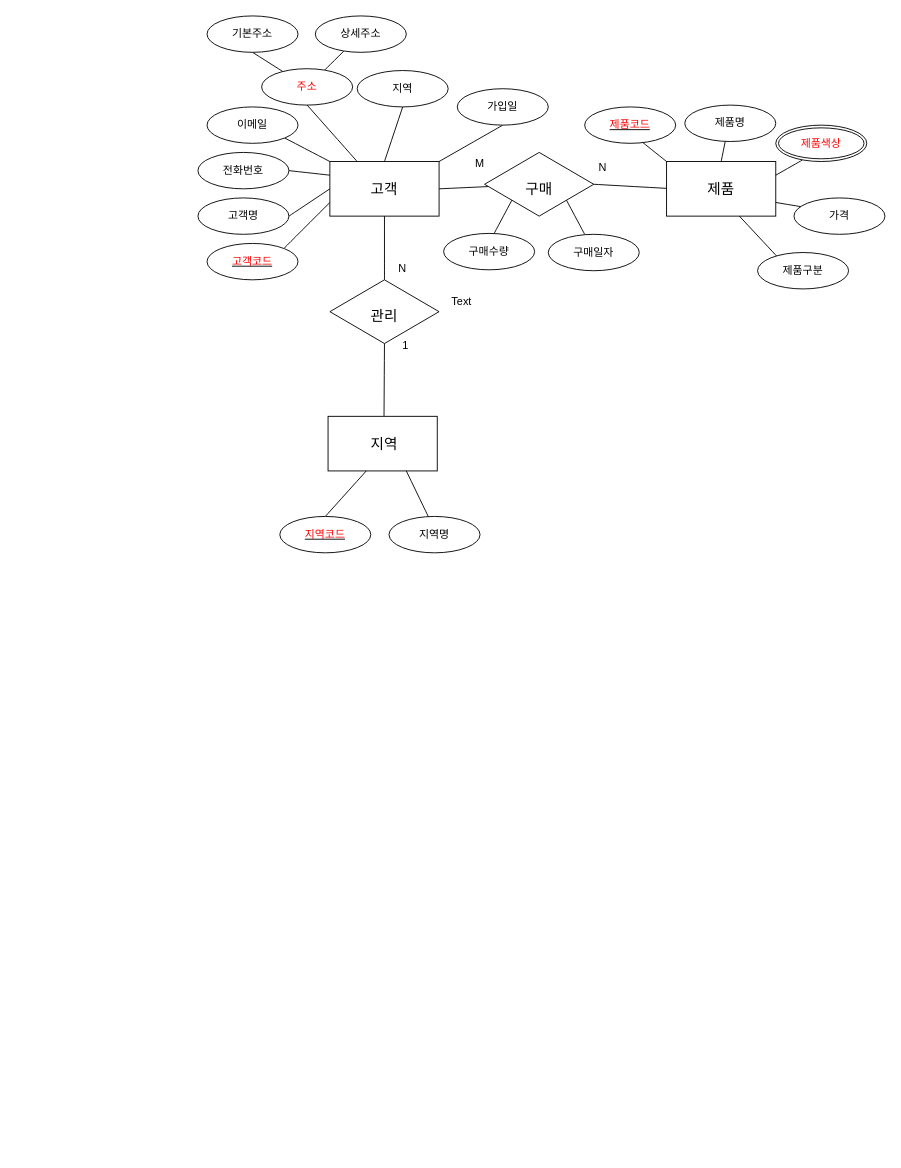
This is product.drawio from eee88/SMHRD, a draw.io file, before an edit. Source tidied: cells renumbered, new cells numbered last; positions are measured from the earlier drawing's top-left corner, leaving out a move shared by most shapes. Both pictures are drawn from the tidied source at 91%, with x=0, y=0 at pixel (197, 15).
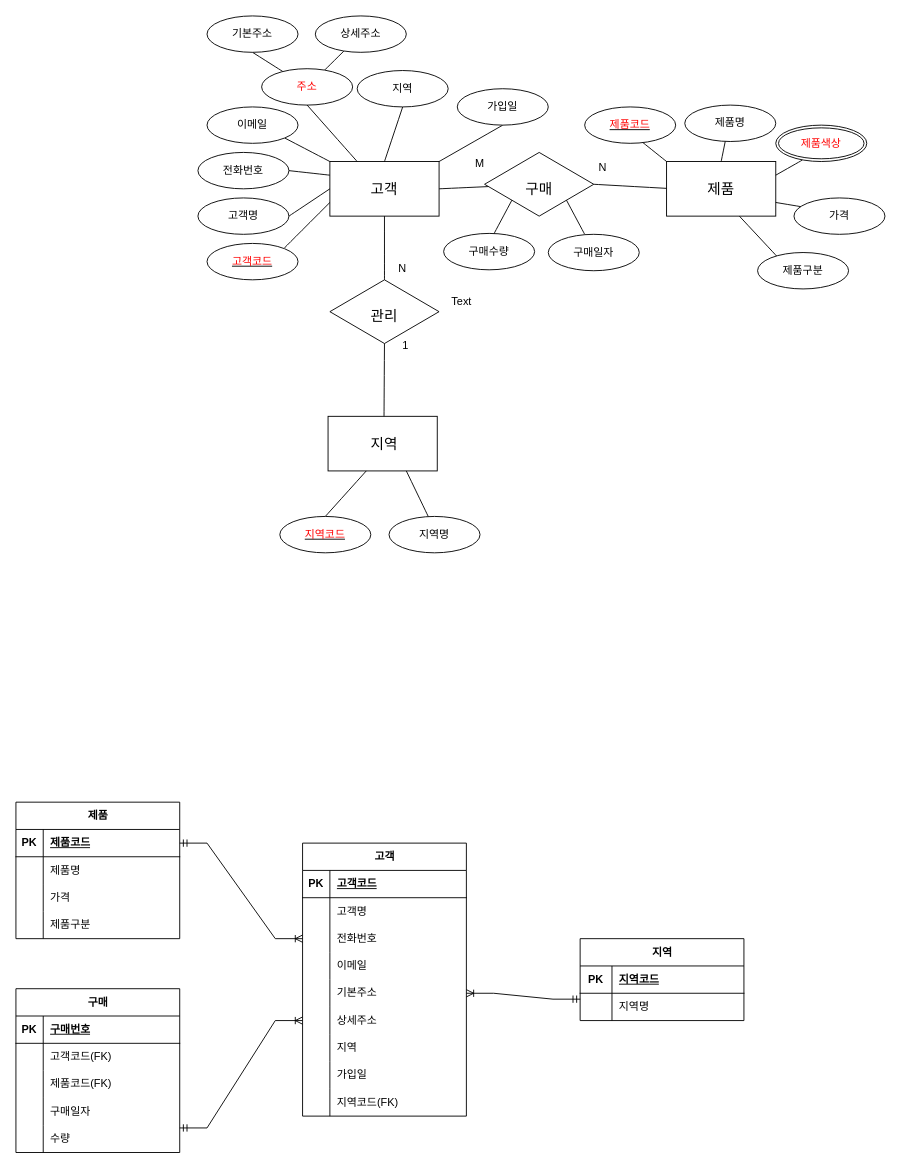
The same page after the edit.

What changed in the source:
```diff
@@
+    <mxCell id="59" value="고객" style="shape=table;startSize=30;childLayout=tableLayout;rowLines=0;fontStyle=1;align=center;html=1;" parent="1" vertex="1">
+      <mxGeometry x="115" y="909" width="180" height="300" as="geometry" />
+    </mxCell>
+    <mxCell id="60" style="shape=tableRow;horizontal=0;startSize=0;swimlaneHead=0;swimlaneBody=0;fillColor=none;top=0;left=0;right=0;bottom=1;" parent="59" vertex="1">
+      <mxGeometry y="30" width="180" height="30" as="geometry" />
+    </mxCell>
+    <mxCell id="61" value="PK" style="shape=partialRectangle;fillColor=none;top=0;left=0;bottom=0;right=0;fontStyle=1;overflow=hidden;whiteSpace=wrap;html=1;" parent="60" vertex="1">
+      <mxGeometry width="30" height="30" as="geometry" />
+    </mxCell>
+    <mxCell id="62" value="고객코드" style="shape=partialRectangle;fillColor=none;top=0;left=0;bottom=0;right=0;align=left;spacingLeft=6;fontStyle=5;overflow=hidden;whiteSpace=wrap;html=1;" parent="60" vertex="1">
+      <mxGeometry x="30" width="150" height="30" as="geometry" />
+    </mxCell>
+    <mxCell id="63" style="shape=tableRow;horizontal=0;startSize=0;swimlaneHead=0;swimlaneBody=0;fillColor=none;top=0;left=0;right=0;bottom=0;" parent="59" vertex="1">
+      <mxGeometry y="60" width="180" height="30" as="geometry" />
+    </mxCell>
+    <mxCell id="64" style="shape=partialRectangle;fillColor=none;top=0;left=0;bottom=0;right=0;overflow=hidden;whiteSpace=wrap;html=1;" parent="63" vertex="1">
+      <mxGeometry width="30" height="30" as="geometry" />
+    </mxCell>
+    <mxCell id="65" value="고객명" style="shape=partialRectangle;fillColor=none;top=0;left=0;bottom=0;right=0;align=left;spacingLeft=6;overflow=hidden;whiteSpace=wrap;html=1;" parent="63" vertex="1">
+      <mxGeometry x="30" width="150" height="30" as="geometry" />
+    </mxCell>
+    <mxCell id="66" style="shape=tableRow;horizontal=0;startSize=0;swimlaneHead=0;swimlaneBody=0;fillColor=none;points=[[0,0.5],[1,0.5]];portConstraint=eastwest;top=0;left=0;right=0;bottom=0;" parent="59" vertex="1">
+      <mxGeometry y="90" width="180" height="30" as="geometry" />
+    </mxCell>
+    <mxCell id="67" style="shape=partialRectangle;fillColor=none;top=0;left=0;bottom=0;right=0;overflow=hidden;whiteSpace=wrap;html=1;" parent="66" vertex="1">
+      <mxGeometry width="30" height="30" as="geometry" />
+    </mxCell>
+    <mxCell id="68" value="전화번호" style="shape=partialRectangle;fillColor=none;top=0;left=0;bottom=0;right=0;align=left;spacingLeft=6;overflow=hidden;whiteSpace=wrap;html=1;" parent="66" vertex="1">
+      <mxGeometry x="30" width="150" height="30" as="geometry" />
+    </mxCell>
+    <mxCell id="69" style="shape=tableRow;horizontal=0;startSize=0;swimlaneHead=0;swimlaneBody=0;fillColor=none;top=0;left=0;right=0;bottom=0;" parent="59" vertex="1">
+      <mxGeometry y="120" width="180" height="30" as="geometry" />
+    </mxCell>
+    <mxCell id="70" style="shape=partialRectangle;fillColor=none;top=0;left=0;bottom=0;right=0;overflow=hidden;whiteSpace=wrap;html=1;" parent="69" vertex="1">
+      <mxGeometry width="30" height="30" as="geometry" />
+    </mxCell>
+    <mxCell id="71" value="이메일" style="shape=partialRectangle;fillColor=none;top=0;left=0;bottom=0;right=0;align=left;spacingLeft=6;overflow=hidden;whiteSpace=wrap;html=1;" parent="69" vertex="1">
+      <mxGeometry x="30" width="150" height="30" as="geometry" />
+    </mxCell>
+    <mxCell id="72" style="shape=tableRow;horizontal=0;startSize=0;swimlaneHead=0;swimlaneBody=0;fillColor=none;points=[[0,0.5],[1,0.5]];portConstraint=eastwest;top=0;left=0;right=0;bottom=0;" parent="59" vertex="1">
+      <mxGeometry y="150" width="180" height="30" as="geometry" />
+    </mxCell>
+    <mxCell id="73" style="shape=partialRectangle;fillColor=none;top=0;left=0;bottom=0;right=0;overflow=hidden;whiteSpace=wrap;html=1;" parent="72" vertex="1">
+      <mxGeometry width="30" height="30" as="geometry" />
+    </mxCell>
+    <mxCell id="74" value="기본주소" style="shape=partialRectangle;fillColor=none;top=0;left=0;bottom=0;right=0;align=left;spacingLeft=6;overflow=hidden;whiteSpace=wrap;html=1;" parent="72" vertex="1">
+      <mxGeometry x="30" width="150" height="30" as="geometry" />
+    </mxCell>
+    <mxCell id="75" style="shape=tableRow;horizontal=0;startSize=0;swimlaneHead=0;swimlaneBody=0;fillColor=none;points=[[0,0.5],[1,0.5]];portConstraint=eastwest;top=0;left=0;right=0;bottom=0;" parent="59" vertex="1">
+      <mxGeometry y="180" width="180" height="30" as="geometry" />
+    </mxCell>
+    <mxCell id="76" style="shape=partialRectangle;fillColor=none;top=0;left=0;bottom=0;right=0;overflow=hidden;whiteSpace=wrap;html=1;" parent="75" vertex="1">
+      <mxGeometry width="30" height="30" as="geometry" />
+    </mxCell>
+    <mxCell id="77" value="상세주소" style="shape=partialRectangle;fillColor=none;top=0;left=0;bottom=0;right=0;align=left;spacingLeft=6;overflow=hidden;whiteSpace=wrap;html=1;" parent="75" vertex="1">
+      <mxGeometry x="30" width="150" height="30" as="geometry" />
+    </mxCell>
+    <mxCell id="78" style="shape=tableRow;horizontal=0;startSize=0;swimlaneHead=0;swimlaneBody=0;fillColor=none;top=0;left=0;right=0;bottom=0;" parent="59" vertex="1">
+      <mxGeometry y="210" width="180" height="30" as="geometry" />
+    </mxCell>
+    <mxCell id="79" style="shape=partialRectangle;fillColor=none;top=0;left=0;bottom=0;right=0;overflow=hidden;whiteSpace=wrap;html=1;" parent="78" vertex="1">
+      <mxGeometry width="30" height="30" as="geometry" />
+    </mxCell>
+    <mxCell id="80" value="지역" style="shape=partialRectangle;fillColor=none;top=0;left=0;bottom=0;right=0;align=left;spacingLeft=6;overflow=hidden;whiteSpace=wrap;html=1;" parent="78" vertex="1">
+      <mxGeometry x="30" width="150" height="30" as="geometry" />
+    </mxCell>
+    <mxCell id="81" style="shape=tableRow;horizontal=0;startSize=0;swimlaneHead=0;swimlaneBody=0;fillColor=none;top=0;left=0;right=0;bottom=0;" parent="59" vertex="1">
+      <mxGeometry y="240" width="180" height="30" as="geometry" />
+    </mxCell>
+    <mxCell id="82" style="shape=partialRectangle;fillColor=none;top=0;left=0;bottom=0;right=0;overflow=hidden;whiteSpace=wrap;html=1;" parent="81" vertex="1">
+      <mxGeometry width="30" height="30" as="geometry" />
+    </mxCell>
+    <mxCell id="83" value="가입일" style="shape=partialRectangle;fillColor=none;top=0;left=0;bottom=0;right=0;align=left;spacingLeft=6;overflow=hidden;whiteSpace=wrap;html=1;" parent="81" vertex="1">
+      <mxGeometry x="30" width="150" height="30" as="geometry" />
+    </mxCell>
+    <mxCell id="84" style="shape=tableRow;horizontal=0;startSize=0;swimlaneHead=0;swimlaneBody=0;fillColor=none;top=0;left=0;right=0;bottom=0;" parent="59" vertex="1">
+      <mxGeometry y="270" width="180" height="30" as="geometry" />
+    </mxCell>
+    <mxCell id="85" style="shape=partialRectangle;fillColor=none;top=0;left=0;bottom=0;right=0;overflow=hidden;whiteSpace=wrap;html=1;" parent="84" vertex="1">
+      <mxGeometry width="30" height="30" as="geometry" />
+    </mxCell>
+    <mxCell id="86" value="지역코드(FK)" style="shape=partialRectangle;fillColor=none;top=0;left=0;bottom=0;right=0;align=left;spacingLeft=6;overflow=hidden;whiteSpace=wrap;html=1;" parent="84" vertex="1">
+      <mxGeometry x="30" width="150" height="30" as="geometry" />
+    </mxCell>
+    <mxCell id="87" value="제품" style="shape=table;startSize=30;childLayout=tableLayout;rowLines=0;fontStyle=1;align=center;html=1;" parent="1" vertex="1">
+      <mxGeometry x="-200" y="864" width="180" height="150" as="geometry" />
+    </mxCell>
+    <mxCell id="88" style="shape=tableRow;horizontal=0;startSize=0;swimlaneHead=0;swimlaneBody=0;fillColor=none;points=[[0,0.5],[1,0.5]];portConstraint=eastwest;top=0;left=0;right=0;bottom=1;" parent="87" vertex="1">
+      <mxGeometry y="30" width="180" height="30" as="geometry" />
+    </mxCell>
+    <mxCell id="89" value="PK" style="shape=partialRectangle;fillColor=none;top=0;left=0;bottom=0;right=0;fontStyle=1;overflow=hidden;whiteSpace=wrap;html=1;" parent="88" vertex="1">
+      <mxGeometry width="30" height="30" as="geometry" />
+    </mxCell>
+    <mxCell id="90" value="제품코드" style="shape=partialRectangle;fillColor=none;top=0;left=0;bottom=0;right=0;align=left;spacingLeft=6;fontStyle=5;overflow=hidden;whiteSpace=wrap;html=1;" parent="88" vertex="1">
+      <mxGeometry x="30" width="150" height="30" as="geometry" />
+    </mxCell>
+    <mxCell id="91" style="shape=tableRow;horizontal=0;startSize=0;swimlaneHead=0;swimlaneBody=0;fillColor=none;top=0;left=0;right=0;bottom=0;" parent="87" vertex="1">
+      <mxGeometry y="60" width="180" height="30" as="geometry" />
+    </mxCell>
+    <mxCell id="92" style="shape=partialRectangle;fillColor=none;top=0;left=0;bottom=0;right=0;overflow=hidden;whiteSpace=wrap;html=1;" parent="91" vertex="1">
+      <mxGeometry width="30" height="30" as="geometry" />
+    </mxCell>
+    <mxCell id="93" value="제품명" style="shape=partialRectangle;fillColor=none;top=0;left=0;bottom=0;right=0;align=left;spacingLeft=6;overflow=hidden;whiteSpace=wrap;html=1;" parent="91" vertex="1">
+      <mxGeometry x="30" width="150" height="30" as="geometry" />
+    </mxCell>
+    <mxCell id="94" style="shape=tableRow;horizontal=0;startSize=0;swimlaneHead=0;swimlaneBody=0;fillColor=none;top=0;left=0;right=0;bottom=0;" parent="87" vertex="1">
+      <mxGeometry y="90" width="180" height="30" as="geometry" />
+    </mxCell>
+    <mxCell id="95" style="shape=partialRectangle;fillColor=none;top=0;left=0;bottom=0;right=0;overflow=hidden;whiteSpace=wrap;html=1;" parent="94" vertex="1">
+      <mxGeometry width="30" height="30" as="geometry" />
+    </mxCell>
+    <mxCell id="96" value="가격" style="shape=partialRectangle;fillColor=none;top=0;left=0;bottom=0;right=0;align=left;spacingLeft=6;overflow=hidden;whiteSpace=wrap;html=1;" parent="94" vertex="1">
+      <mxGeometry x="30" width="150" height="30" as="geometry" />
+    </mxCell>
+    <mxCell id="97" style="shape=tableRow;horizontal=0;startSize=0;swimlaneHead=0;swimlaneBody=0;fillColor=none;top=0;left=0;right=0;bottom=0;" parent="87" vertex="1">
+      <mxGeometry y="120" width="180" height="30" as="geometry" />
+    </mxCell>
+    <mxCell id="98" style="shape=partialRectangle;fillColor=none;top=0;left=0;bottom=0;right=0;overflow=hidden;whiteSpace=wrap;html=1;" parent="97" vertex="1">
+      <mxGeometry width="30" height="30" as="geometry" />
+    </mxCell>
+    <mxCell id="99" value="제품구분" style="shape=partialRectangle;fillColor=none;top=0;left=0;bottom=0;right=0;align=left;spacingLeft=6;overflow=hidden;whiteSpace=wrap;html=1;" parent="97" vertex="1">
+      <mxGeometry x="30" width="150" height="30" as="geometry" />
+    </mxCell>
+    <mxCell id="100" value="지역" style="shape=table;startSize=30;childLayout=tableLayout;rowLines=0;fontStyle=1;align=center;html=1;" parent="1" vertex="1">
+      <mxGeometry x="420" y="1014" width="180" height="90" as="geometry" />
+    </mxCell>
+    <mxCell id="101" style="shape=tableRow;horizontal=0;startSize=0;swimlaneHead=0;swimlaneBody=0;fillColor=none;top=0;left=0;right=0;bottom=1;" parent="100" vertex="1">
+      <mxGeometry y="30" width="180" height="30" as="geometry" />
+    </mxCell>
+    <mxCell id="102" value="PK" style="shape=partialRectangle;fillColor=none;top=0;left=0;bottom=0;right=0;fontStyle=1;overflow=hidden;whiteSpace=wrap;html=1;" parent="101" vertex="1">
+      <mxGeometry width="35" height="30" as="geometry" />
+    </mxCell>
+    <mxCell id="103" value="지역코드" style="shape=partialRectangle;fillColor=none;top=0;left=0;bottom=0;right=0;align=left;spacingLeft=6;fontStyle=5;overflow=hidden;whiteSpace=wrap;html=1;" parent="101" vertex="1">
+      <mxGeometry x="35" width="145" height="30" as="geometry" />
+    </mxCell>
+    <mxCell id="104" style="shape=tableRow;horizontal=0;startSize=0;swimlaneHead=0;swimlaneBody=0;fillColor=none;points=[[0,0.5],[1,0.5]];portConstraint=eastwest;top=0;left=0;right=0;bottom=0;" parent="100" vertex="1">
+      <mxGeometry y="60" width="180" height="30" as="geometry" />
+    </mxCell>
+    <mxCell id="105" style="shape=partialRectangle;fillColor=none;top=0;left=0;bottom=0;right=0;overflow=hidden;whiteSpace=wrap;html=1;" parent="104" vertex="1">
+      <mxGeometry width="35" height="30" as="geometry" />
+    </mxCell>
+    <mxCell id="106" value="지역명" style="shape=partialRectangle;fillColor=none;top=0;left=0;bottom=0;right=0;align=left;spacingLeft=6;overflow=hidden;whiteSpace=wrap;html=1;" parent="104" vertex="1">
+      <mxGeometry x="35" width="145" height="30" as="geometry" />
+    </mxCell>
+    <mxCell id="107" value="구매" style="shape=table;startSize=30;childLayout=tableLayout;rowLines=0;fontStyle=1;align=center;html=1;" parent="1" vertex="1">
+      <mxGeometry x="-200" y="1069" width="180" height="180" as="geometry" />
+    </mxCell>
+    <mxCell id="108" style="shape=tableRow;horizontal=0;startSize=0;swimlaneHead=0;swimlaneBody=0;fillColor=none;top=0;left=0;right=0;bottom=1;" parent="107" vertex="1">
+      <mxGeometry y="30" width="180" height="30" as="geometry" />
+    </mxCell>
+    <mxCell id="109" value="PK" style="shape=partialRectangle;fillColor=none;top=0;left=0;bottom=0;right=0;fontStyle=1;overflow=hidden;whiteSpace=wrap;html=1;" parent="108" vertex="1">
+      <mxGeometry width="30" height="30" as="geometry" />
+    </mxCell>
+    <mxCell id="110" value="구매번호" style="shape=partialRectangle;fillColor=none;top=0;left=0;bottom=0;right=0;align=left;spacingLeft=6;fontStyle=5;overflow=hidden;whiteSpace=wrap;html=1;" parent="108" vertex="1">
+      <mxGeometry x="30" width="150" height="30" as="geometry" />
+    </mxCell>
+    <mxCell id="111" style="shape=tableRow;horizontal=0;startSize=0;swimlaneHead=0;swimlaneBody=0;fillColor=none;top=0;left=0;right=0;bottom=0;" parent="107" vertex="1">
+      <mxGeometry y="60" width="180" height="30" as="geometry" />
+    </mxCell>
+    <mxCell id="112" style="shape=partialRectangle;fillColor=none;top=0;left=0;bottom=0;right=0;overflow=hidden;whiteSpace=wrap;html=1;" parent="111" vertex="1">
+      <mxGeometry width="30" height="30" as="geometry" />
+    </mxCell>
+    <mxCell id="113" value="고객코드(FK)" style="shape=partialRectangle;fillColor=none;top=0;left=0;bottom=0;right=0;align=left;spacingLeft=6;overflow=hidden;whiteSpace=wrap;html=1;" parent="111" vertex="1">
+      <mxGeometry x="30" width="150" height="30" as="geometry" />
+    </mxCell>
+    <mxCell id="114" style="shape=tableRow;horizontal=0;startSize=0;swimlaneHead=0;swimlaneBody=0;fillColor=none;top=0;left=0;right=0;bottom=0;" parent="107" vertex="1">
+      <mxGeometry y="90" width="180" height="30" as="geometry" />
+    </mxCell>
+    <mxCell id="115" style="shape=partialRectangle;fillColor=none;top=0;left=0;bottom=0;right=0;overflow=hidden;whiteSpace=wrap;html=1;" parent="114" vertex="1">
+      <mxGeometry width="30" height="30" as="geometry" />
+    </mxCell>
+    <mxCell id="116" value="제품코드(FK)" style="shape=partialRectangle;fillColor=none;top=0;left=0;bottom=0;right=0;align=left;spacingLeft=6;overflow=hidden;whiteSpace=wrap;html=1;" parent="114" vertex="1">
+      <mxGeometry x="30" width="150" height="30" as="geometry" />
+    </mxCell>
+    <mxCell id="117" style="shape=tableRow;horizontal=0;startSize=0;swimlaneHead=0;swimlaneBody=0;fillColor=none;top=0;left=0;right=0;bottom=0;" parent="107" vertex="1">
+      <mxGeometry y="120" width="180" height="30" as="geometry" />
+    </mxCell>
+    <mxCell id="118" style="shape=partialRectangle;fillColor=none;top=0;left=0;bottom=0;right=0;overflow=hidden;whiteSpace=wrap;html=1;" parent="117" vertex="1">
+      <mxGeometry width="30" height="30" as="geometry" />
+    </mxCell>
+    <mxCell id="119" value="구매일자" style="shape=partialRectangle;fillColor=none;top=0;left=0;bottom=0;right=0;align=left;spacingLeft=6;overflow=hidden;whiteSpace=wrap;html=1;" parent="117" vertex="1">
+      <mxGeometry x="30" width="150" height="30" as="geometry" />
+    </mxCell>
+    <mxCell id="120" style="shape=tableRow;horizontal=0;startSize=0;swimlaneHead=0;swimlaneBody=0;fillColor=none;top=0;left=0;right=0;bottom=0;" parent="107" vertex="1">
+      <mxGeometry y="150" width="180" height="30" as="geometry" />
+    </mxCell>
+    <mxCell id="121" style="shape=partialRectangle;fillColor=none;top=0;left=0;bottom=0;right=0;overflow=hidden;whiteSpace=wrap;html=1;" parent="120" vertex="1">
+      <mxGeometry width="30" height="30" as="geometry" />
+    </mxCell>
+    <mxCell id="122" value="수량" style="shape=partialRectangle;fillColor=none;top=0;left=0;bottom=0;right=0;align=left;spacingLeft=6;overflow=hidden;whiteSpace=wrap;html=1;" parent="120" vertex="1">
+      <mxGeometry x="30" width="150" height="30" as="geometry" />
+    </mxCell>
+    <mxCell id="123" style="edgeStyle=entityRelationEdgeStyle;fontSize=12;html=1;endArrow=ERoneToMany;startArrow=ERmandOne;rounded=0;entryX=0;entryY=0.5;entryDx=0;entryDy=0;" parent="1" edge="1" target="75">
+      <mxGeometry relative="1" as="geometry">
+        <mxPoint x="-20" y="1222" as="sourcePoint" />
+      </mxGeometry>
+    </mxCell>
+    <mxCell id="124" style="edgeStyle=entityRelationEdgeStyle;fontSize=12;html=1;endArrow=ERoneToMany;startArrow=ERmandOne;rounded=0;exitX=1;exitY=0.5;exitDx=0;exitDy=0;" parent="1" edge="1" source="88" target="66">
+      <mxGeometry relative="1" as="geometry" />
+    </mxCell>
+    <mxCell id="125" style="edgeStyle=entityRelationEdgeStyle;fontSize=12;html=1;endArrow=ERoneToMany;startArrow=ERmandOne;rounded=0;entryX=1;entryY=0.5;entryDx=0;entryDy=0;exitX=0.001;exitY=0.216;exitDx=0;exitDy=0;exitPerimeter=0;" parent="1" edge="1" source="104" target="72">
+      <mxGeometry relative="1" as="geometry" />
+    </mxCell>
```
